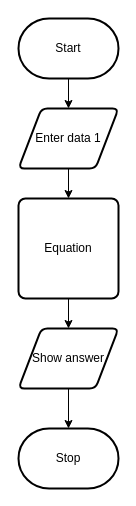
This is design/flowchart.drawio from MTHS-ICS2O-2-2022/ICS2O-Unit-6-04-Jaden-Plugowsky, a draw.io file, before an edit. Source tidied: cells renumbered, new cells numbered last; positions are measured from the earlier drawing's top-left corner, leaving out a move shared by most shapes. Both pictures are drawn from the tidied source at 100%, with x=0, y=0 at pixel (18, 18).
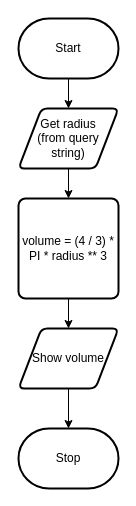
The same page after the edit.

What changed in the source:
```diff
@@
 <mxGraphModel>
   <root>
     <mxCell id="0" />
     <mxCell id="1" parent="0" />
     <mxCell id="2" style="edgeStyle=orthogonalEdgeStyle;html=1;entryX=0.5;entryY=0;entryDx=0;entryDy=0;rounded=0;" parent="1" edge="1" source="3" target="6">
       <mxGeometry relative="1" as="geometry" />
     </mxCell>
     <mxCell id="3" value="Start" style="strokeWidth=2;html=1;shape=mxgraph.flowchart.terminator;whiteSpace=wrap;" parent="1" vertex="1">
       <mxGeometry width="100" height="60" as="geometry" />
     </mxCell>
     <mxCell id="4" value="Stop" style="strokeWidth=2;html=1;shape=mxgraph.flowchart.terminator;whiteSpace=wrap;" parent="1" vertex="1">
       <mxGeometry y="410" width="100" height="60" as="geometry" />
     </mxCell>
     <mxCell id="5" style="edgeStyle=orthogonalEdgeStyle;shape=connector;rounded=0;html=1;entryX=0.5;entryY=0;entryDx=0;entryDy=0;labelBackgroundColor=default;strokeColor=default;fontFamily=Helvetica;fontSize=11;fontColor=default;endArrow=classic;" parent="1" edge="1" source="6" target="10">
       <mxGeometry relative="1" as="geometry" />
     </mxCell>
-    <mxCell id="6" value="Enter data 1" style="shape=parallelogram;html=1;strokeWidth=2;perimeter=parallelogramPerimeter;whiteSpace=wrap;rounded=1;arcSize=12;size=0.23;" parent="1" vertex="1">
+    <mxCell id="6" value="Get radius&lt;br&gt;(from query string)" style="shape=parallelogram;html=1;strokeWidth=2;perimeter=parallelogramPerimeter;whiteSpace=wrap;rounded=1;arcSize=12;size=0.23;" parent="1" vertex="1">
       <mxGeometry y="90" width="100" height="60" as="geometry" />
     </mxCell>
     <mxCell id="7" style="edgeStyle=orthogonalEdgeStyle;shape=connector;rounded=0;html=1;labelBackgroundColor=default;strokeColor=default;fontFamily=Helvetica;fontSize=11;fontColor=default;endArrow=classic;" parent="1" edge="1" source="8" target="4">
       <mxGeometry relative="1" as="geometry" />
     </mxCell>
-    <mxCell id="8" value="Show answer" style="shape=parallelogram;html=1;strokeWidth=2;perimeter=parallelogramPerimeter;whiteSpace=wrap;rounded=1;arcSize=12;size=0.23;" parent="1" vertex="1">
+    <mxCell id="8" value="Show volume" style="shape=parallelogram;html=1;strokeWidth=2;perimeter=parallelogramPerimeter;whiteSpace=wrap;rounded=1;arcSize=12;size=0.23;" parent="1" vertex="1">
       <mxGeometry y="310" width="100" height="60" as="geometry" />
     </mxCell>
     <mxCell id="9" style="edgeStyle=orthogonalEdgeStyle;shape=connector;rounded=0;html=1;entryX=0.5;entryY=0;entryDx=0;entryDy=0;labelBackgroundColor=default;strokeColor=default;fontFamily=Helvetica;fontSize=11;fontColor=default;endArrow=classic;" parent="1" edge="1" source="10" target="8">
       <mxGeometry relative="1" as="geometry" />
     </mxCell>
-    <mxCell id="10" value="Equation" style="rounded=1;whiteSpace=wrap;html=1;absoluteArcSize=1;arcSize=14;strokeWidth=2;" parent="1" vertex="1">
+    <mxCell id="10" value="volume =&amp;nbsp;(4 / 3) * PI * radius ** 3" style="rounded=1;whiteSpace=wrap;html=1;absoluteArcSize=1;arcSize=14;strokeWidth=2;" parent="1" vertex="1">
       <mxGeometry y="180" width="100" height="100" as="geometry" />
     </mxCell>
   </root>
 </mxGraphModel>
```
